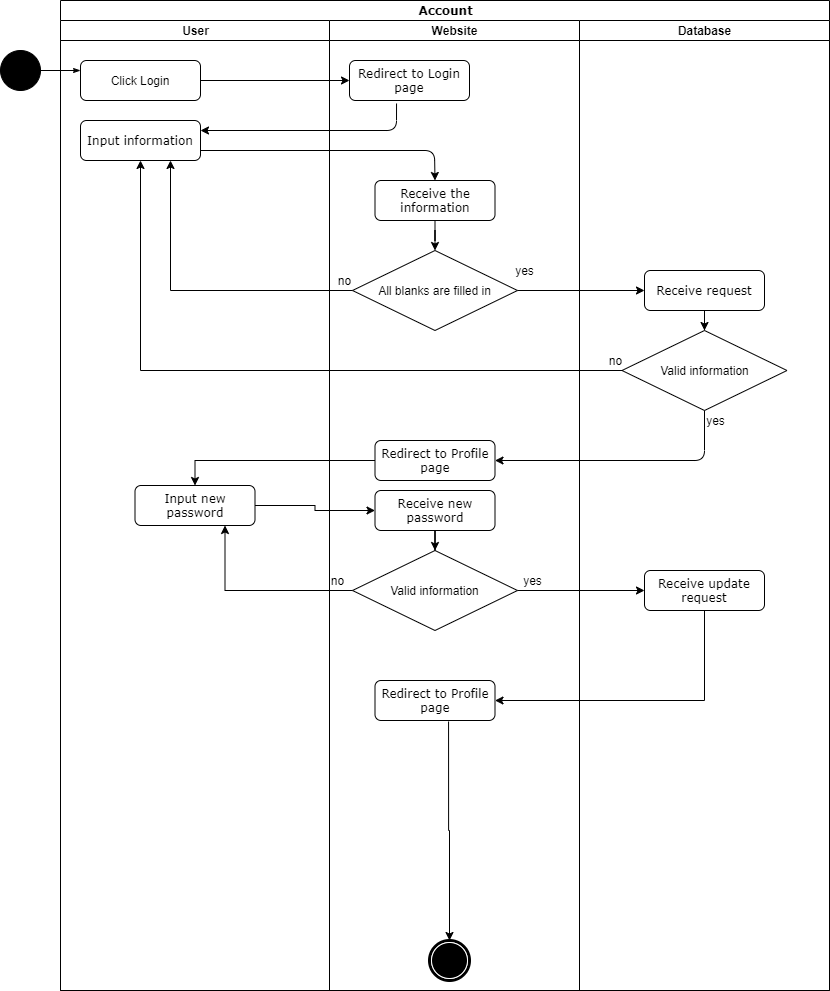
yuchitoto/CSCI3100-Project keeps this draw.io diagram as Documentation/final report/Doc/Pics/account_activity_user.png. Above is the earlier version. Source tidied: cells renumbered, new cells last; positions are measured from the earlier drawing's top-left corner, leaving out a move shared by most shapes.
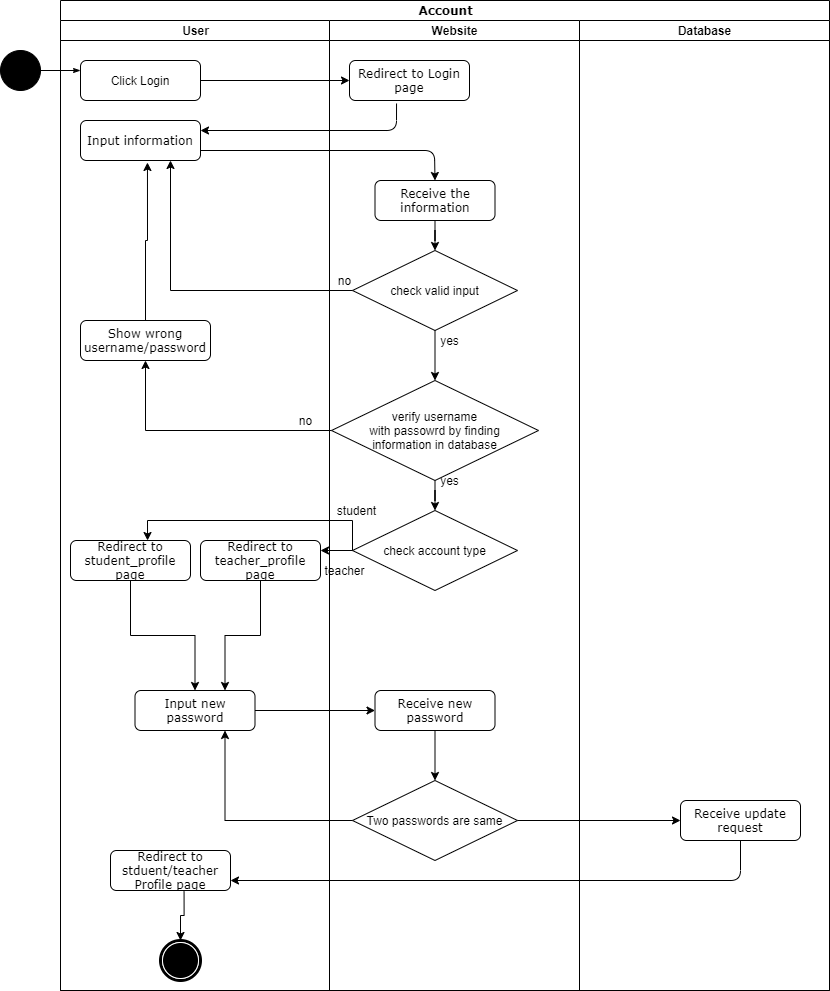
Above is the later version.

What changed in the source:
```diff
@@ -8,31 +8,61 @@
     <mxCell id="3" value="User" style="swimlane;html=1;startSize=20;" parent="2" vertex="1">
       <mxGeometry y="20" width="269" height="970" as="geometry" />
     </mxCell>
+    <mxCell id="15" value="&lt;span style=&quot;font-family: &amp;#34;verdana&amp;#34;&quot;&gt;Redirect to student_profile&lt;br&gt;page&lt;br&gt;&lt;/span&gt;" style="rounded=1;whiteSpace=wrap;html=1;" parent="3" vertex="1">
+      <mxGeometry x="10" y="520" width="120" height="40" as="geometry" />
+    </mxCell>
     <mxCell id="4" value="Click Login" style="rounded=1;whiteSpace=wrap;html=1;" parent="3" vertex="1">
       <mxGeometry x="20" y="40" width="120" height="40" as="geometry" />
     </mxCell>
     <mxCell id="5" value="&lt;span style=&quot;font-family: &amp;#34;verdana&amp;#34;&quot;&gt;Input information&lt;/span&gt;" style="rounded=1;whiteSpace=wrap;html=1;" parent="3" vertex="1">
       <mxGeometry x="20" y="100" width="120" height="40" as="geometry" />
     </mxCell>
+    <mxCell id="44" style="edgeStyle=orthogonalEdgeStyle;rounded=0;jettySize=auto;html=1;entryX=0.558;entryY=1.05;entryDx=0;entryDy=0;entryPerimeter=0;" parent="3" edge="1" source="45" target="5">
+      <mxGeometry relative="1" as="geometry" />
+    </mxCell>
+    <mxCell id="45" value="&lt;span style=&quot;font-family: &amp;#34;verdana&amp;#34;&quot;&gt;Show wrong username/password&lt;/span&gt;" style="rounded=1;whiteSpace=wrap;html=1;" parent="3" vertex="1">
+      <mxGeometry x="20" y="300" width="130" height="40" as="geometry" />
+    </mxCell>
+    <mxCell id="11" value="&lt;span style=&quot;font-family: &amp;#34;verdana&amp;#34;&quot;&gt;Redirect to stduent/teacher&lt;br&gt;Profile page&lt;br&gt;&lt;/span&gt;" style="rounded=1;whiteSpace=wrap;html=1;" parent="3" vertex="1">
+      <mxGeometry x="50" y="830" width="120" height="40" as="geometry" />
+    </mxCell>
+    <mxCell id="19" style="shape=mxgraph.bpmn.shape;html=1;verticalLabelPosition=bottom;labelBackgroundColor=#ffffff;verticalAlign=top;perimeter=ellipsePerimeter;outline=end;symbol=terminate;rounded=0;shadow=0;comic=0;strokeWidth=1;fontFamily=Verdana;fontSize=12;align=center;" parent="3" vertex="1">
+      <mxGeometry x="100" y="920" width="40" height="40" as="geometry" />
+    </mxCell>
+    <mxCell id="46" style="edgeStyle=orthogonalEdgeStyle;rounded=0;jettySize=auto;html=1;entryX=0.75;entryY=0;entryDx=0;entryDy=0;" parent="3" edge="1" source="47" target="6">
+      <mxGeometry relative="1" as="geometry" />
+    </mxCell>
     <mxCell id="6" value="&lt;span style=&quot;font-family: &amp;#34;verdana&amp;#34;&quot;&gt;Input new password&lt;br&gt;&lt;/span&gt;" style="rounded=1;whiteSpace=wrap;html=1;" parent="3" vertex="1">
-      <mxGeometry x="74.5" y="465" width="120" height="40" as="geometry" />
+      <mxGeometry x="74.5" y="670" width="120" height="40" as="geometry" />
     </mxCell>
+    <mxCell id="47" value="&lt;span style=&quot;font-family: &amp;#34;verdana&amp;#34;&quot;&gt;Redirect to teacher_profile&lt;br&gt;page&lt;br&gt;&lt;/span&gt;" style="rounded=1;whiteSpace=wrap;html=1;" parent="3" vertex="1">
+      <mxGeometry x="140" y="520" width="120" height="40" as="geometry" />
+    </mxCell>
+    <mxCell id="25" value="no" style="text;html=1;align=center;verticalAlign=middle;" parent="3" vertex="1">
+      <mxGeometry x="230" y="390" width="30" height="20" as="geometry" />
+    </mxCell>
+    <mxCell id="21" style="edgeStyle=orthogonalEdgeStyle;rounded=0;jettySize=auto;html=1;entryX=0.5;entryY=0;entryDx=0;entryDy=0;exitX=0.613;exitY=1.025;exitDx=0;exitDy=0;exitPerimeter=0;" parent="3" edge="1" source="11" target="19">
+      <mxGeometry relative="1" as="geometry" />
+    </mxCell>
+    <mxCell id="37" style="edgeStyle=orthogonalEdgeStyle;rounded=0;jettySize=auto;html=1;entryX=0.5;entryY=0;entryDx=0;entryDy=0;" parent="3" edge="1" source="15" target="6">
+      <mxGeometry relative="1" as="geometry" />
+    </mxCell>
     <mxCell id="7" value="Website" style="swimlane;html=1;startSize=20;" parent="2" vertex="1">
       <mxGeometry x="269" y="20" width="250" height="970" as="geometry" />
     </mxCell>
-    <mxCell id="8" value="no" style="text;html=1;align=center;verticalAlign=middle;" parent="7" vertex="1">
-      <mxGeometry x="-7" y="550" width="30" height="20" as="geometry" />
-    </mxCell>
+    <mxCell id="48" value="teacher" style="text;html=1;align=center;verticalAlign=middle;" parent="7" vertex="1">
+      <mxGeometry x="-15" y="540" width="60" height="20" as="geometry" />
+    </mxCell>
     <mxCell id="9" value="no" style="text;html=1;align=center;verticalAlign=middle;" parent="7" vertex="1">
       <mxGeometry y="250" width="30" height="20" as="geometry" />
     </mxCell>
+    <mxCell id="49" value="student" style="text;html=1;align=center;verticalAlign=middle;" parent="7" vertex="1">
+      <mxGeometry x="2" y="480" width="50" height="20" as="geometry" />
+    </mxCell>
     <mxCell id="10" value="&lt;span style=&quot;font-family: &amp;#34;verdana&amp;#34;&quot;&gt;Redirect to Login page&lt;/span&gt;" style="rounded=1;whiteSpace=wrap;html=1;" parent="7" vertex="1">
       <mxGeometry x="20" y="40" width="120" height="40" as="geometry" />
     </mxCell>
-    <mxCell id="11" value="&lt;span style=&quot;font-family: &amp;#34;verdana&amp;#34;&quot;&gt;Redirect to Profile page&lt;br&gt;&lt;/span&gt;" style="rounded=1;whiteSpace=wrap;html=1;" parent="7" vertex="1">
-      <mxGeometry x="45.5" y="660" width="120" height="40" as="geometry" />
-    </mxCell>
-    <mxCell id="12" value="All blanks are filled in" style="rhombus;whiteSpace=wrap;html=1;" parent="7" vertex="1">
+    <mxCell id="12" value="check valid input" style="rhombus;whiteSpace=wrap;html=1;" parent="7" vertex="1">
       <mxGeometry x="23" y="230" width="165" height="80" as="geometry" />
     </mxCell>
     <mxCell id="13" style="edgeStyle=orthogonalEdgeStyle;rounded=0;jettySize=auto;html=1;entryX=0.5;entryY=0;entryDx=0;entryDy=0;" parent="7" edge="1" source="14" target="12">
@@ -41,51 +71,39 @@
     <mxCell id="14" value="&lt;span style=&quot;font-family: &amp;#34;verdana&amp;#34;&quot;&gt;Receive the information&lt;/span&gt;" style="rounded=1;whiteSpace=wrap;html=1;" parent="7" vertex="1">
       <mxGeometry x="45.5" y="160" width="120" height="40" as="geometry" />
     </mxCell>
-    <mxCell id="15" value="&lt;span style=&quot;font-family: &amp;#34;verdana&amp;#34;&quot;&gt;Redirect to Profile&lt;br&gt;page&lt;br&gt;&lt;/span&gt;" style="rounded=1;whiteSpace=wrap;html=1;" parent="7" vertex="1">
-      <mxGeometry x="45.5" y="420" width="120" height="40" as="geometry" />
-    </mxCell>
     <mxCell id="16" style="edgeStyle=orthogonalEdgeStyle;rounded=0;jettySize=auto;html=1;entryX=0.5;entryY=0;entryDx=0;entryDy=0;" parent="7" edge="1" source="17" target="18">
       <mxGeometry relative="1" as="geometry" />
     </mxCell>
+    <mxCell id="50" style="edgeStyle=orthogonalEdgeStyle;rounded=0;jettySize=auto;html=1;entryX=0.5;entryY=0;entryDx=0;entryDy=0;" parent="7" edge="1" source="27" target="51">
+      <mxGeometry relative="1" as="geometry" />
+    </mxCell>
+    <mxCell id="27" value="verify username&lt;br&gt;with passowrd by finding&lt;br&gt;information in database" style="rhombus;whiteSpace=wrap;html=1;" parent="7" vertex="1">
+      <mxGeometry x="2" y="360" width="207" height="100" as="geometry" />
+    </mxCell>
+    <mxCell id="18" value="Two passwords are same" style="rhombus;whiteSpace=wrap;html=1;" parent="7" vertex="1">
+      <mxGeometry x="23" y="760" width="165" height="80" as="geometry" />
+    </mxCell>
+    <mxCell id="20" value="yes" style="text;html=1;align=center;verticalAlign=middle;" parent="7" vertex="1">
+      <mxGeometry x="105" y="310" width="30" height="20" as="geometry" />
+    </mxCell>
     <mxCell id="17" value="&lt;span style=&quot;font-family: &amp;#34;verdana&amp;#34;&quot;&gt;Receive new password&lt;br&gt;&lt;/span&gt;" style="rounded=1;whiteSpace=wrap;html=1;" parent="7" vertex="1">
-      <mxGeometry x="45.5" y="470" width="120" height="40" as="geometry" />
+      <mxGeometry x="45.5" y="670" width="120" height="40" as="geometry" />
     </mxCell>
-    <mxCell id="18" value="Valid information" style="rhombus;whiteSpace=wrap;html=1;" parent="7" vertex="1">
-      <mxGeometry x="23" y="530" width="165" height="80" as="geometry" />
-    </mxCell>
-    <mxCell id="19" style="shape=mxgraph.bpmn.shape;html=1;verticalLabelPosition=bottom;labelBackgroundColor=#ffffff;verticalAlign=top;perimeter=ellipsePerimeter;outline=end;symbol=terminate;rounded=0;shadow=0;comic=0;strokeWidth=1;fontFamily=Verdana;fontSize=12;align=center;" parent="7" vertex="1">
-      <mxGeometry x="100" y="920" width="40" height="40" as="geometry" />
-    </mxCell>
-    <mxCell id="20" value="yes" style="text;html=1;align=center;verticalAlign=middle;" parent="7" vertex="1">
-      <mxGeometry x="180" y="240" width="30" height="20" as="geometry" />
-    </mxCell>
-    <mxCell id="21" style="edgeStyle=orthogonalEdgeStyle;rounded=0;jettySize=auto;html=1;entryX=0.5;entryY=0;entryDx=0;entryDy=0;exitX=0.613;exitY=1.025;exitDx=0;exitDy=0;exitPerimeter=0;" parent="7" edge="1" source="11" target="19">
-      <mxGeometry relative="1" as="geometry" />
-    </mxCell>
-    <mxCell id="22" value="yes" style="text;html=1;align=center;verticalAlign=middle;" parent="7" vertex="1">
-      <mxGeometry x="188" y="550" width="30" height="20" as="geometry" />
-    </mxCell>
+    <mxCell id="51" value="check account type" style="rhombus;whiteSpace=wrap;html=1;" parent="7" vertex="1">
+      <mxGeometry x="23" y="490" width="165" height="80" as="geometry" />
+    </mxCell>
+    <mxCell id="29" value="yes" style="text;html=1;align=center;verticalAlign=middle;" parent="7" vertex="1">
+      <mxGeometry x="105" y="450" width="30" height="20" as="geometry" />
+    </mxCell>
+    <mxCell id="35" style="edgeStyle=orthogonalEdgeStyle;rounded=0;jettySize=auto;html=1;entryX=0.5;entryY=0;entryDx=0;entryDy=0;exitX=0.5;exitY=1;exitDx=0;exitDy=0;" parent="7" edge="1" source="12" target="27">
+      <mxGeometry relative="1" as="geometry" />
+    </mxCell>
     <mxCell id="23" value="Database" style="swimlane;html=1;startSize=20;" parent="2" vertex="1">
       <mxGeometry x="519" y="20" width="250" height="970" as="geometry" />
     </mxCell>
-    <mxCell id="24" style="edgeStyle=orthogonalEdgeStyle;rounded=0;jettySize=auto;html=1;" parent="23" edge="1" source="26" target="27">
-      <mxGeometry relative="1" as="geometry" />
-    </mxCell>
-    <mxCell id="25" value="no" style="text;html=1;align=center;verticalAlign=middle;" parent="23" vertex="1">
-      <mxGeometry x="21" y="330" width="30" height="20" as="geometry" />
-    </mxCell>
-    <mxCell id="26" value="&lt;span style=&quot;font-family: &amp;#34;verdana&amp;#34;&quot;&gt;Receive request&lt;/span&gt;" style="rounded=1;whiteSpace=wrap;html=1;" parent="23" vertex="1">
-      <mxGeometry x="65" y="250" width="120" height="40" as="geometry" />
-    </mxCell>
-    <mxCell id="27" value="Valid information" style="rhombus;whiteSpace=wrap;html=1;" parent="23" vertex="1">
-      <mxGeometry x="42.5" y="310" width="165" height="80" as="geometry" />
-    </mxCell>
     <mxCell id="28" value="&lt;span style=&quot;font-family: &amp;#34;verdana&amp;#34;&quot;&gt;Receive update request&lt;br&gt;&lt;/span&gt;" style="rounded=1;whiteSpace=wrap;html=1;" parent="23" vertex="1">
-      <mxGeometry x="65" y="550" width="120" height="40" as="geometry" />
+      <mxGeometry x="101" y="780" width="120" height="40" as="geometry" />
     </mxCell>
-    <mxCell id="29" value="yes" style="text;html=1;align=center;verticalAlign=middle;" parent="23" vertex="1">
-      <mxGeometry x="121" y="390" width="30" height="20" as="geometry" />
-    </mxCell>
     <mxCell id="30" style="edgeStyle=orthogonalEdgeStyle;rounded=0;jettySize=auto;html=1;entryX=0;entryY=0.5;entryDx=0;entryDy=0;" parent="2" edge="1" source="4" target="10">
       <mxGeometry relative="1" as="geometry" />
     </mxCell>
@@ -106,22 +124,9 @@
     <mxCell id="33" style="edgeStyle=orthogonalEdgeStyle;rounded=0;jettySize=auto;html=1;exitX=0;exitY=0.5;exitDx=0;exitDy=0;entryX=0.75;entryY=1;entryDx=0;entryDy=0;" parent="2" edge="1" source="12" target="5">
       <mxGeometry relative="1" as="geometry" />
     </mxCell>
-    <mxCell id="34" style="edgeStyle=orthogonalEdgeStyle;rounded=0;jettySize=auto;html=1;entryX=0.5;entryY=1;entryDx=0;entryDy=0;exitX=0;exitY=0.5;exitDx=0;exitDy=0;" parent="2" edge="1" source="27" target="5">
+    <mxCell id="34" style="edgeStyle=orthogonalEdgeStyle;rounded=0;jettySize=auto;html=1;exitX=0;exitY=0.5;exitDx=0;exitDy=0;entryX=0.5;entryY=1;entryDx=0;entryDy=0;" parent="2" edge="1" source="27" target="45">
       <mxGeometry relative="1" as="geometry" />
     </mxCell>
-    <mxCell id="35" style="edgeStyle=orthogonalEdgeStyle;rounded=0;jettySize=auto;html=1;entryX=0;entryY=0.5;entryDx=0;entryDy=0;" parent="2" edge="1" source="12" target="26">
-      <mxGeometry relative="1" as="geometry" />
-    </mxCell>
-    <mxCell id="36" style="endArrow=classic;html=1;entryX=1;entryY=0.5;entryDx=0;entryDy=0;exitX=0.5;exitY=1;exitDx=0;exitDy=0;" parent="2" edge="1" source="27" target="15">
-      <mxGeometry relative="1" as="geometry">
-        <Array as="points">
-          <mxPoint x="644" y="460" />
-        </Array>
-      </mxGeometry>
-    </mxCell>
-    <mxCell id="37" style="edgeStyle=orthogonalEdgeStyle;rounded=0;jettySize=auto;html=1;entryX=0.5;entryY=0;entryDx=0;entryDy=0;" parent="2" edge="1" source="15" target="6">
-      <mxGeometry relative="1" as="geometry" />
-    </mxCell>
     <mxCell id="38" style="edgeStyle=orthogonalEdgeStyle;rounded=0;jettySize=auto;html=1;entryX=0;entryY=0.5;entryDx=0;entryDy=0;" parent="2" edge="1" source="6" target="17">
       <mxGeometry relative="1" as="geometry" />
     </mxCell>
@@ -131,10 +136,21 @@
     <mxCell id="40" style="edgeStyle=orthogonalEdgeStyle;rounded=0;jettySize=auto;html=1;entryX=0;entryY=0.5;entryDx=0;entryDy=0;" parent="2" edge="1" source="18" target="28">
       <mxGeometry relative="1" as="geometry" />
     </mxCell>
+    <mxCell id="52" style="edgeStyle=orthogonalEdgeStyle;rounded=0;jettySize=auto;html=1;entryX=0.642;entryY=0;entryDx=0;entryDy=0;entryPerimeter=0;exitX=0;exitY=0.5;exitDx=0;exitDy=0;" parent="2" edge="1" source="51" target="15">
+      <mxGeometry relative="1" as="geometry">
+        <Array as="points">
+          <mxPoint x="292" y="520" />
+          <mxPoint x="87" y="520" />
+        </Array>
+      </mxGeometry>
+    </mxCell>
+    <mxCell id="53" style="edgeStyle=orthogonalEdgeStyle;rounded=0;jettySize=auto;html=1;entryX=1;entryY=0.25;entryDx=0;entryDy=0;" parent="2" edge="1" source="51" target="47">
+      <mxGeometry relative="1" as="geometry" />
+    </mxCell>
-    <mxCell id="41" style="edgeStyle=orthogonalEdgeStyle;rounded=0;jettySize=auto;html=1;entryX=1;entryY=0.5;entryDx=0;entryDy=0;" parent="2" edge="1" source="28" target="11">
+    <mxCell id="41" style="endArrow=classic;html=1;entryX=1;entryY=0.75;entryDx=0;entryDy=0;exitX=0.5;exitY=1;exitDx=0;exitDy=0;" parent="2" edge="1" source="28" target="11">
       <mxGeometry relative="1" as="geometry">
         <Array as="points">
-          <mxPoint x="644" y="700" />
+          <mxPoint x="680" y="880" />
         </Array>
       </mxGeometry>
     </mxCell>
```
